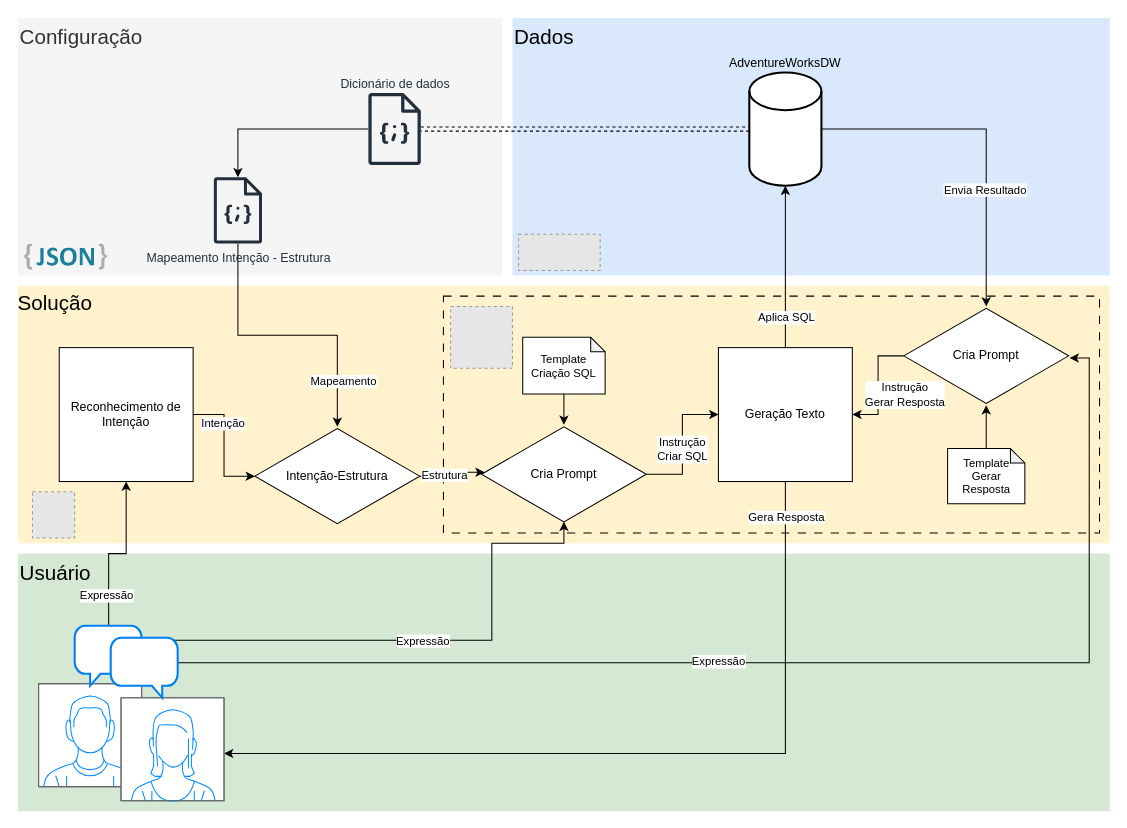
Above: Untitled Diagram.drawio in RogerioPiazzon/trabalhofinalPECE (draw.io), before the change. Source tidied: cells renumbered, new cells numbered last; positions are measured from the earlier drawing's top-left corner, leaving out a move shared by most shapes. Both pictures are drawn from the tidied source at 103%, with x=0, y=0 at pixel (18, 18). Pictures stored in the file or linked from it are replaced by grey dashed boxes.
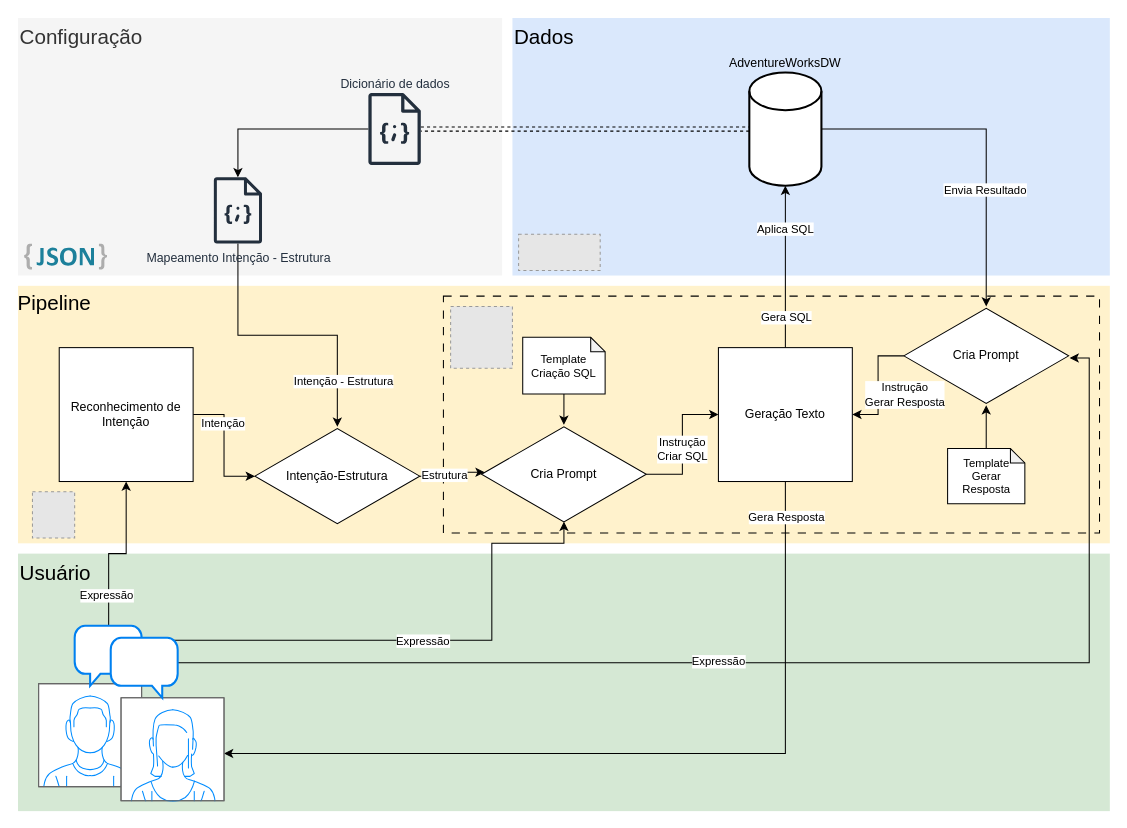
After the change.

The change refers to these unchanged cells:
```xml
<mxCell id="16" style="edgeStyle=orthogonalEdgeStyle;shape=connector;rounded=0;jettySize=auto;html=1;labelBackgroundColor=default;strokeColor=default;align=center;verticalAlign=middle;fontFamily=Helvetica;fontSize=11;fontColor=default;endArrow=classic;" parent="1" edge="1" source="18" target="21">
  <mxGeometry relative="1" as="geometry" />
</mxCell>
<mxCell id="29" style="edgeStyle=orthogonalEdgeStyle;shape=connector;rounded=0;jettySize=auto;html=1;exitX=0.5;exitY=0;exitDx=0;exitDy=0;labelBackgroundColor=default;strokeColor=default;align=center;verticalAlign=middle;fontFamily=Helvetica;fontSize=11;fontColor=default;endArrow=classic;" parent="1" edge="1" source="33" target="13">
  <mxGeometry relative="1" as="geometry" />
</mxCell>
```

What changed in the source:
```diff
@@
-    <mxCell id="5" value="&lt;div style=&quot;font-size: 20px;&quot;&gt;&lt;span style=&quot;background-color: initial; font-size: 20px;&quot;&gt;Solução&lt;/span&gt;&lt;/div&gt;" style="rounded=0;whiteSpace=wrap;html=1;fontFamily=Helvetica;fontSize=20;fillColor=#fff2cc;strokeColor=none;align=left;verticalAlign=top;spacing=0;" parent="1" vertex="1">
+    <mxCell id="5" value="&lt;div style=&quot;font-size: 20px;&quot;&gt;&lt;span style=&quot;background-color: initial; font-size: 20px;&quot;&gt;Pipeline&lt;/span&gt;&lt;/div&gt;" style="rounded=0;whiteSpace=wrap;html=1;fontFamily=Helvetica;fontSize=20;fillColor=#fff2cc;strokeColor=none;align=left;verticalAlign=top;spacing=0;" parent="1" vertex="1">
       <mxGeometry y="260" width="1060" height="250" as="geometry" />
     </mxCell>
@@
-    <mxCell id="17" value="Mapeamento" style="edgeLabel;html=1;align=center;verticalAlign=middle;fontSize=11;fontFamily=Helvetica;fontColor=default;" parent="16" vertex="1">
+    <mxCell id="17" value="Intenção - Estrutura" style="edgeLabel;html=1;align=center;verticalAlign=middle;fontSize=11;fontFamily=Helvetica;fontColor=default;" parent="16" vertex="1">
       <mxGeometry x="0.68" y="5" relative="1" as="geometry" />
     </mxCell>
@@
-    <mxCell id="30" value="Aplica SQL" style="edgeLabel;html=1;align=center;verticalAlign=middle;fontSize=11;fontFamily=Helvetica;fontColor=default;" parent="29" vertex="1">
+    <mxCell id="30" value="Gera SQL" style="edgeLabel;html=1;align=center;verticalAlign=middle;fontSize=11;fontFamily=Helvetica;fontColor=default;" parent="29" vertex="1">
       <mxGeometry x="-0.38" y="-1" relative="1" as="geometry">
         <mxPoint x="-1" y="19" as="offset" />
       </mxGeometry>
     </mxCell>
+    <mxCell id="50" value="Aplica SQL" style="edgeLabel;html=1;align=center;verticalAlign=middle;fontSize=11;fontFamily=Helvetica;fontColor=default;" parent="29" vertex="1">
+      <mxGeometry x="0.48" y="1" relative="1" as="geometry" />
+    </mxCell>
```
